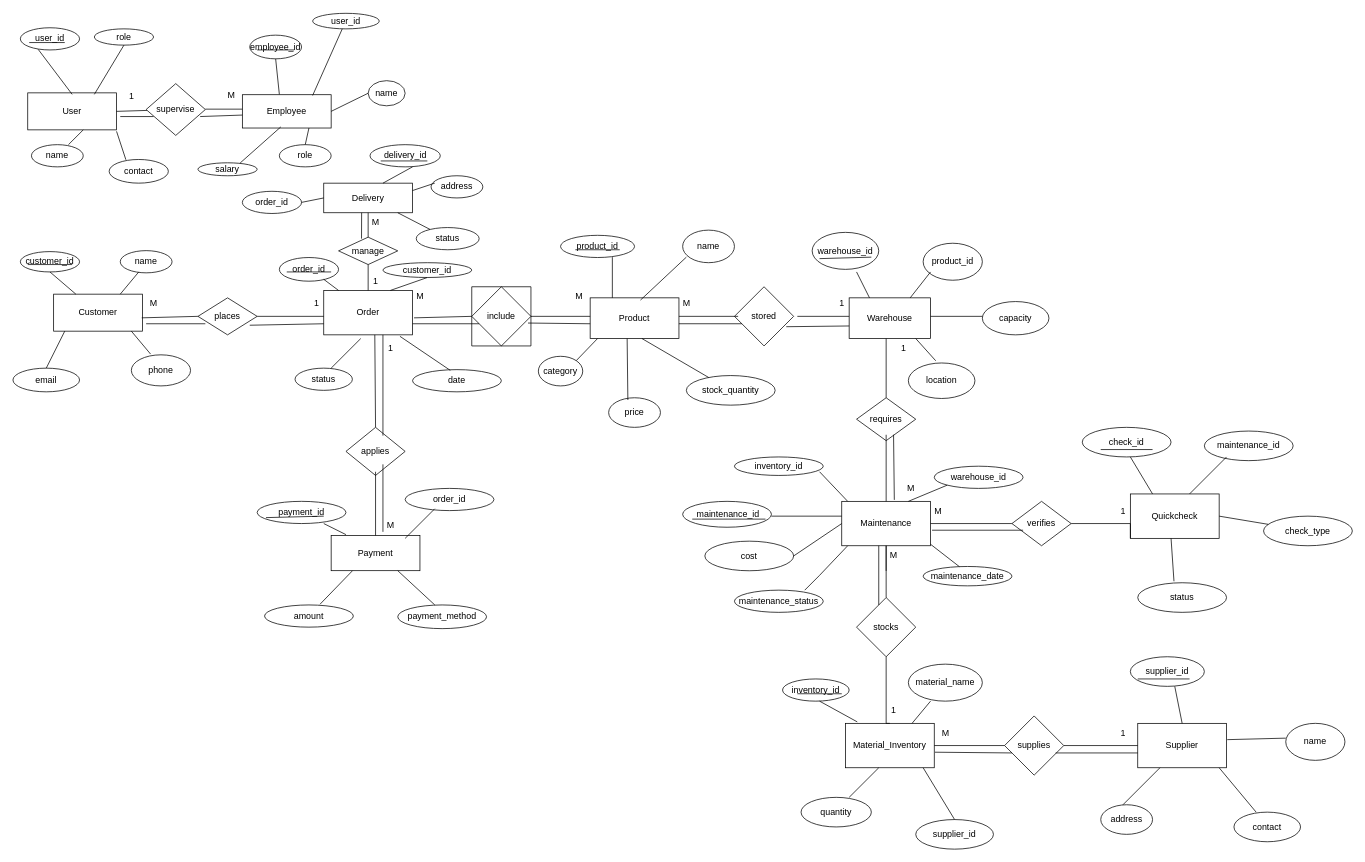
This is Untitled Diagram.drawio from sarasiVidumini/drawio, a draw.io file, before an edit. Source tidied: cells renumbered, new cells numbered last; positions are measured from the earlier drawing's top-left corner, leaving out a move shared by most shapes. Both pictures are drawn from the tidied source at 74%, with x=0, y=0 at pixel (13, 13).
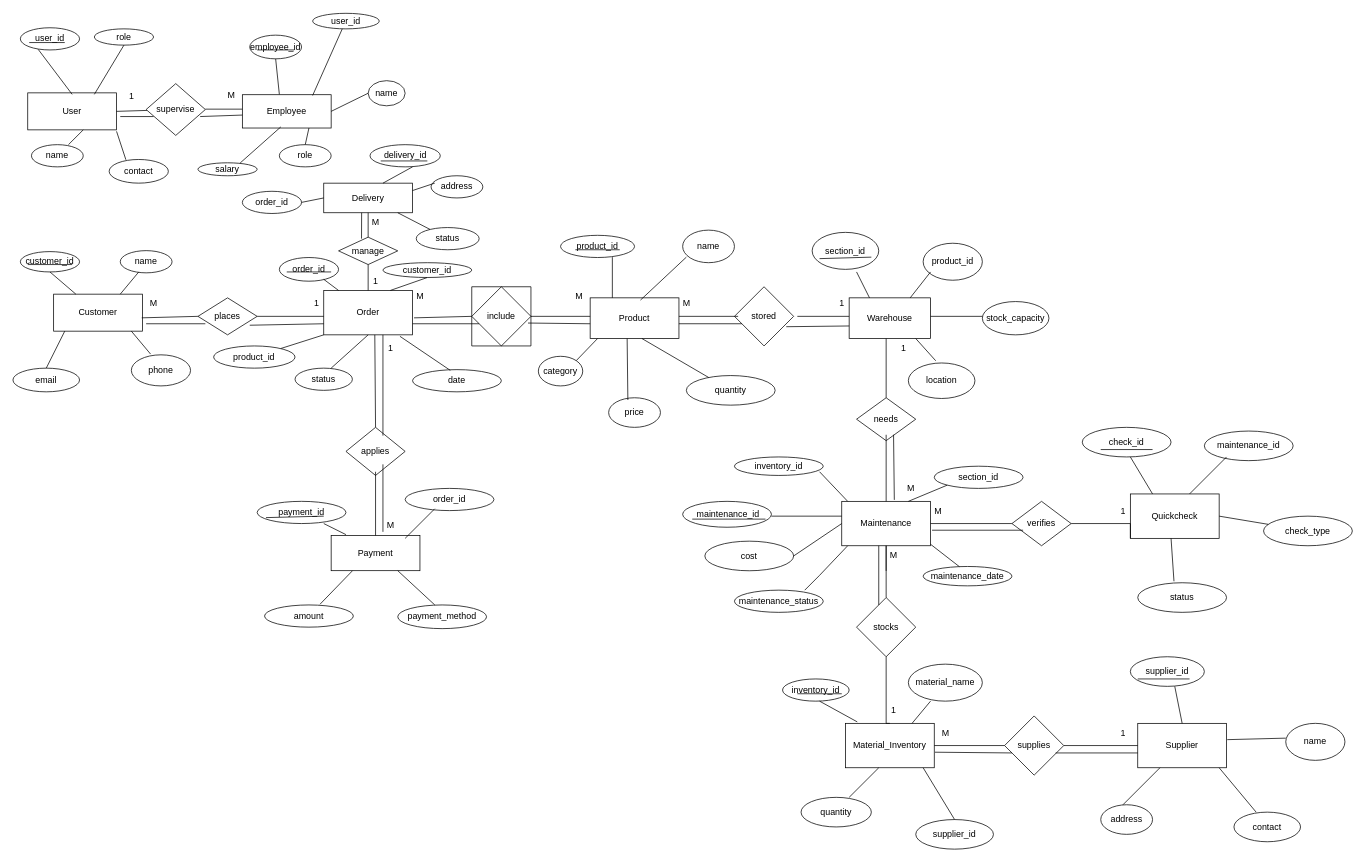
The same page after the edit.

The change refers to these unchanged cells:
```xml
<mxCell id="7" value="Order" style="rounded=0;whiteSpace=wrap;html=1;" parent="1" vertex="1">
  <mxGeometry x="420" y="375" width="120" height="60" as="geometry" />
</mxCell>
```

The edit, as a diff of the source:
```diff
@@
-    <mxCell id="55" style="endArrow=none;html=1;rounded=0;" parent="1" edge="1">
+    <mxCell id="55" style="endArrow=none;html=1;rounded=0;entryX=0.5;entryY=1;entryDx=0;entryDy=0;" parent="1" edge="1" target="7">
       <mxGeometry relative="1" as="geometry">
         <mxPoint x="430" y="480" as="sourcePoint" />
-        <mxPoint x="470" y="440" as="targetPoint" />
       </mxGeometry>
     </mxCell>
@@
-    <mxCell id="97" value="stock_quantity" style="ellipse;whiteSpace=wrap;html=1;" parent="1" vertex="1">
+    <mxCell id="97" value="quantity" style="ellipse;whiteSpace=wrap;html=1;" parent="1" vertex="1">
       <mxGeometry x="910" y="490" width="120" height="40" as="geometry" />
     </mxCell>
@@
-    <mxCell id="104" value="capacity" style="ellipse;whiteSpace=wrap;html=1;" parent="1" vertex="1">
+    <mxCell id="104" value="stock_capacity" style="ellipse;whiteSpace=wrap;html=1;" parent="1" vertex="1">
       <mxGeometry x="1310" y="390" width="90" height="45" as="geometry" />
     </mxCell>
-    <mxCell id="105" value="warehouse_id" style="ellipse;whiteSpace=wrap;html=1;" parent="1" vertex="1">
+    <mxCell id="105" value="section_id" style="ellipse;whiteSpace=wrap;html=1;" parent="1" vertex="1">
       <mxGeometry x="1080" y="296.5" width="90" height="50" as="geometry" />
     </mxCell>
@@
-    <mxCell id="191" value="warehouse_id" style="ellipse;whiteSpace=wrap;html=1;" parent="1" vertex="1">
+    <mxCell id="191" value="section_id" style="ellipse;whiteSpace=wrap;html=1;" parent="1" vertex="1">
       <mxGeometry x="1245" y="612.5" width="120" height="30" as="geometry" />
     </mxCell>
@@
-    <mxCell id="195" value="requires" style="rhombus;whiteSpace=wrap;html=1;" parent="1" vertex="1">
+    <mxCell id="195" value="needs" style="rhombus;whiteSpace=wrap;html=1;" parent="1" vertex="1">
       <mxGeometry x="1140" y="520" width="80" height="58" as="geometry" />
     </mxCell>
@@
+    <mxCell id="203" style="endArrow=none;html=1;rounded=0;exitX=0;exitY=1;exitDx=0;exitDy=0;" parent="1" edge="1" source="7" target="204">
+      <mxGeometry relative="1" as="geometry" />
+    </mxCell>
+    <mxCell id="204" value="product_id" style="ellipse;whiteSpace=wrap;html=1;" parent="1" vertex="1">
+      <mxGeometry x="271.2" y="450" width="110" height="30" as="geometry" />
+    </mxCell>
```
